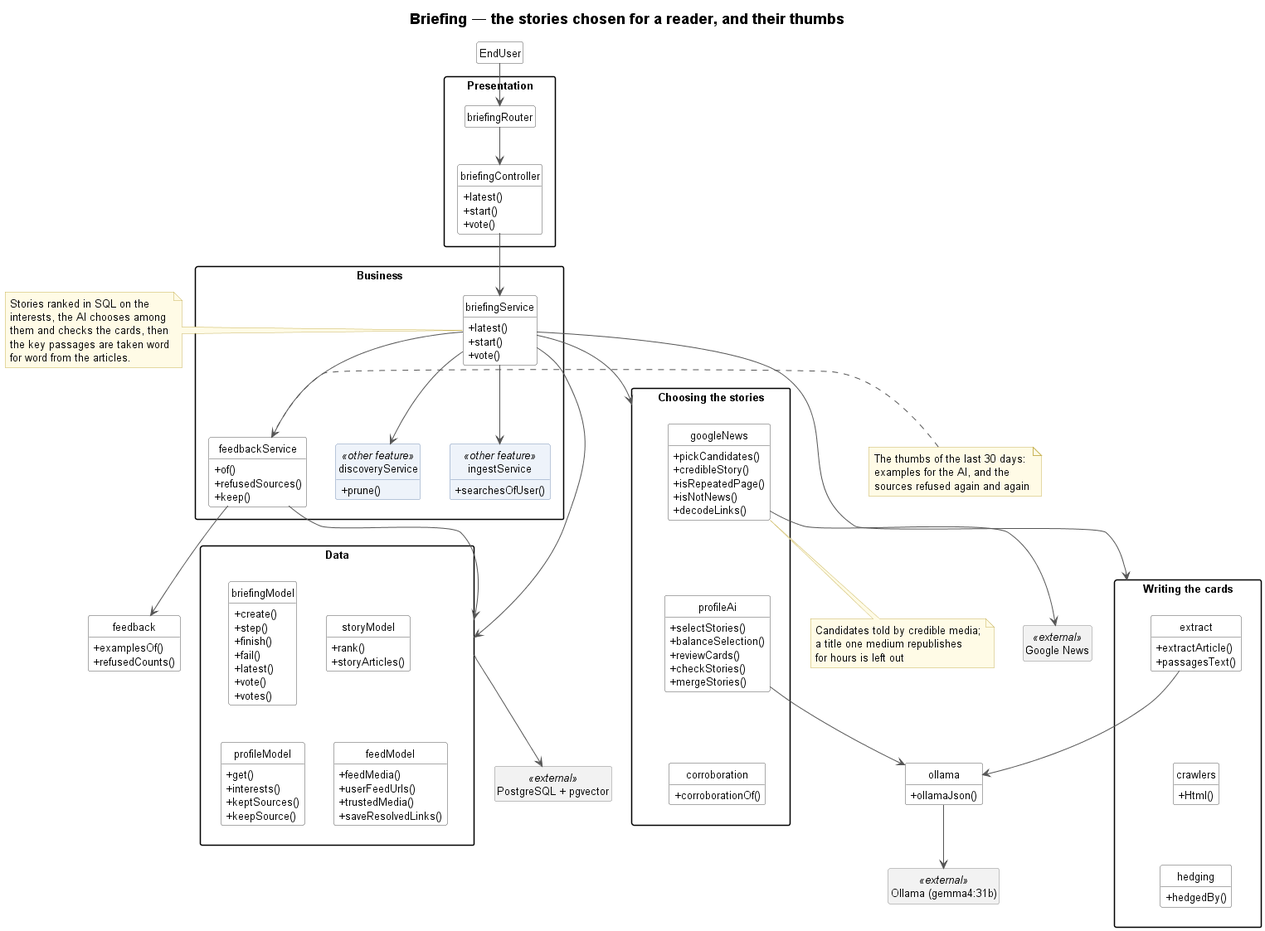
The PlantUML diagram docs/UML/sprint4/08-briefing.png in TPI2026-NewsGenerator/NewsGenerator-Backend, before a commit.
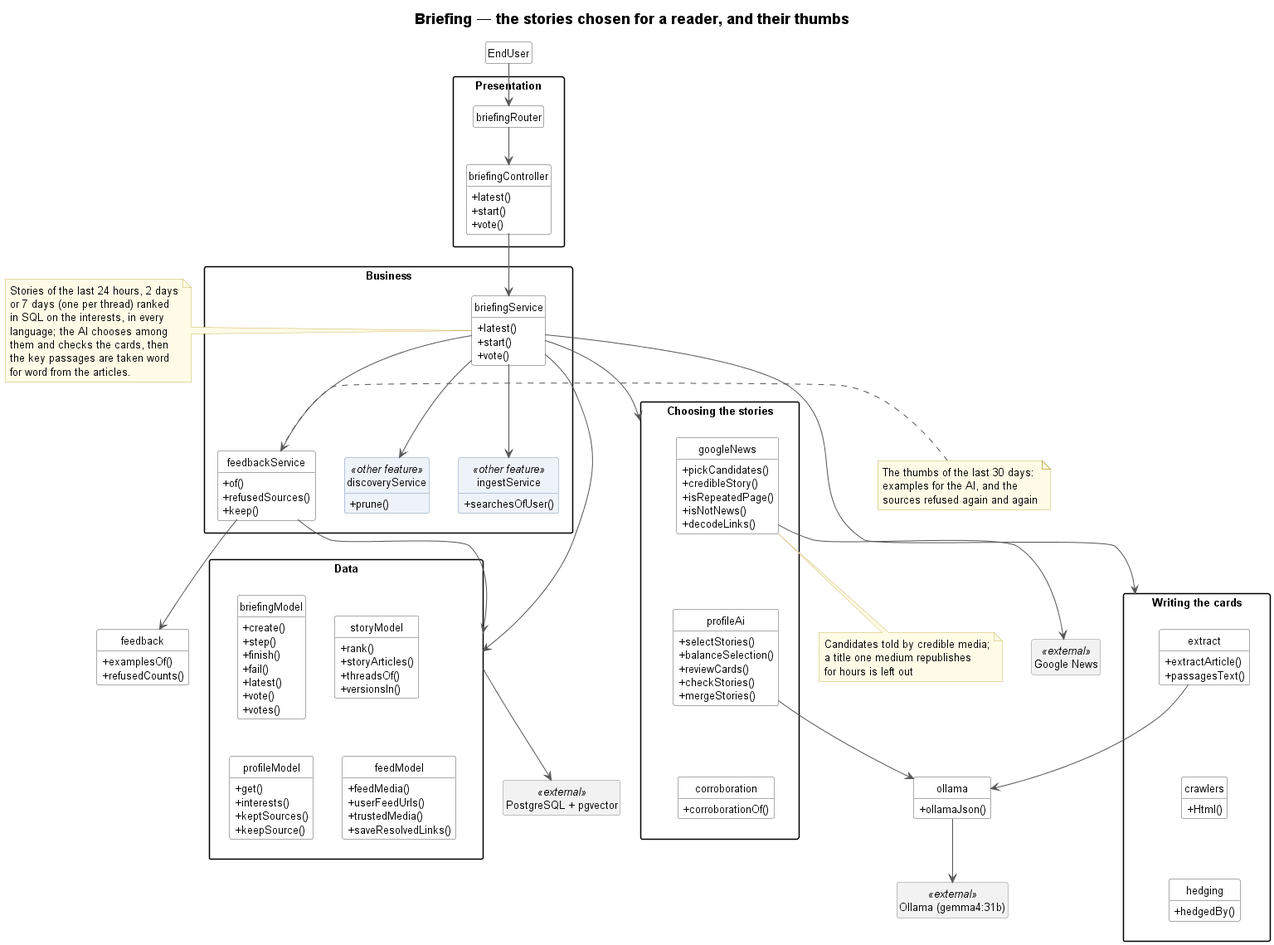
Above is the later version.

Commit message:
Document the briefing period, the matchup rule and the pipelined ingestion

The edit, as a diff of the source:
```diff
@@ -30,8 +30,10 @@
     }
 }
 note left of briefingService
-    Stories ranked in SQL on the
-    interests, the AI chooses among
+    Stories of the last 24 hours, 2 days
+    or 7 days (one per thread) ranked
+    in SQL on the interests, in every
+    language; the AI chooses among
     them and checks the cards, then
     the key passages are taken word
     for word from the articles.
@@ -54,6 +56,8 @@
     class storyModel {
         + rank()
         + storyArticles()
+        + threadsOf()
+        + versionsIn()
     }
     class profileModel {
         + get()
```
